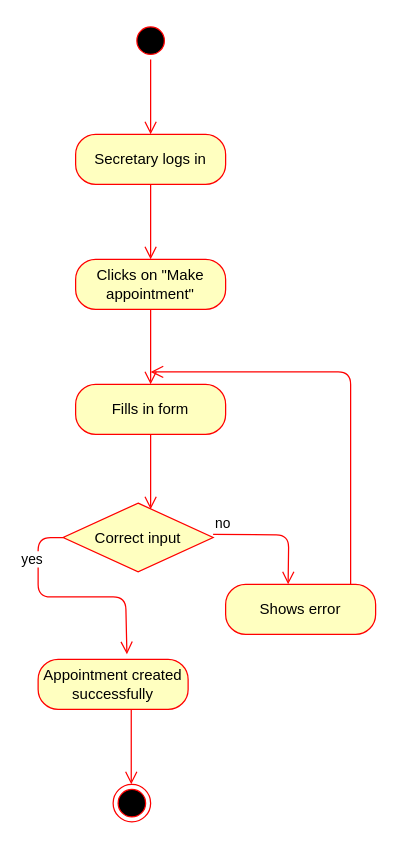
Earlier version of the draw.io diagram Diagrams/Activity Diagrams/Secretary/make appointment.drawio (kkasharaj17/SE-project). Source tidied: cells renumbered, new cells numbered last; positions are measured from the earlier drawing's top-left corner, leaving out a move shared by most shapes. Both pictures are drawn from the tidied source at 125%, with x=0, y=0 at pixel (38, 21).
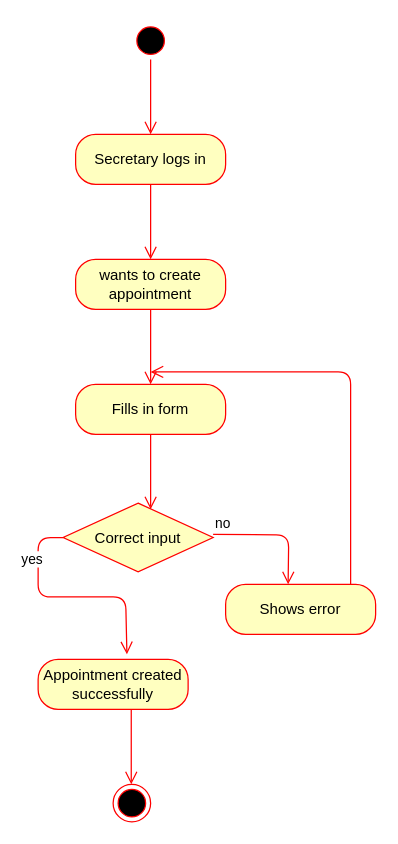
The same page after the edit.

The edit, as a diff of the source:
```diff
@@
-    <mxCell id="6" value="Clicks on &quot;Make appointment&quot;" style="rounded=1;whiteSpace=wrap;html=1;arcSize=40;fontColor=#000000;fillColor=#ffffc0;strokeColor=#ff0000;" parent="1" vertex="1">
+    <mxCell id="6" value="wants to create appointment" style="rounded=1;whiteSpace=wrap;html=1;arcSize=40;fontColor=#000000;fillColor=#ffffc0;strokeColor=#ff0000;" parent="1" vertex="1">
       <mxGeometry x="30" y="190" width="120" height="40" as="geometry" />
     </mxCell>
```
